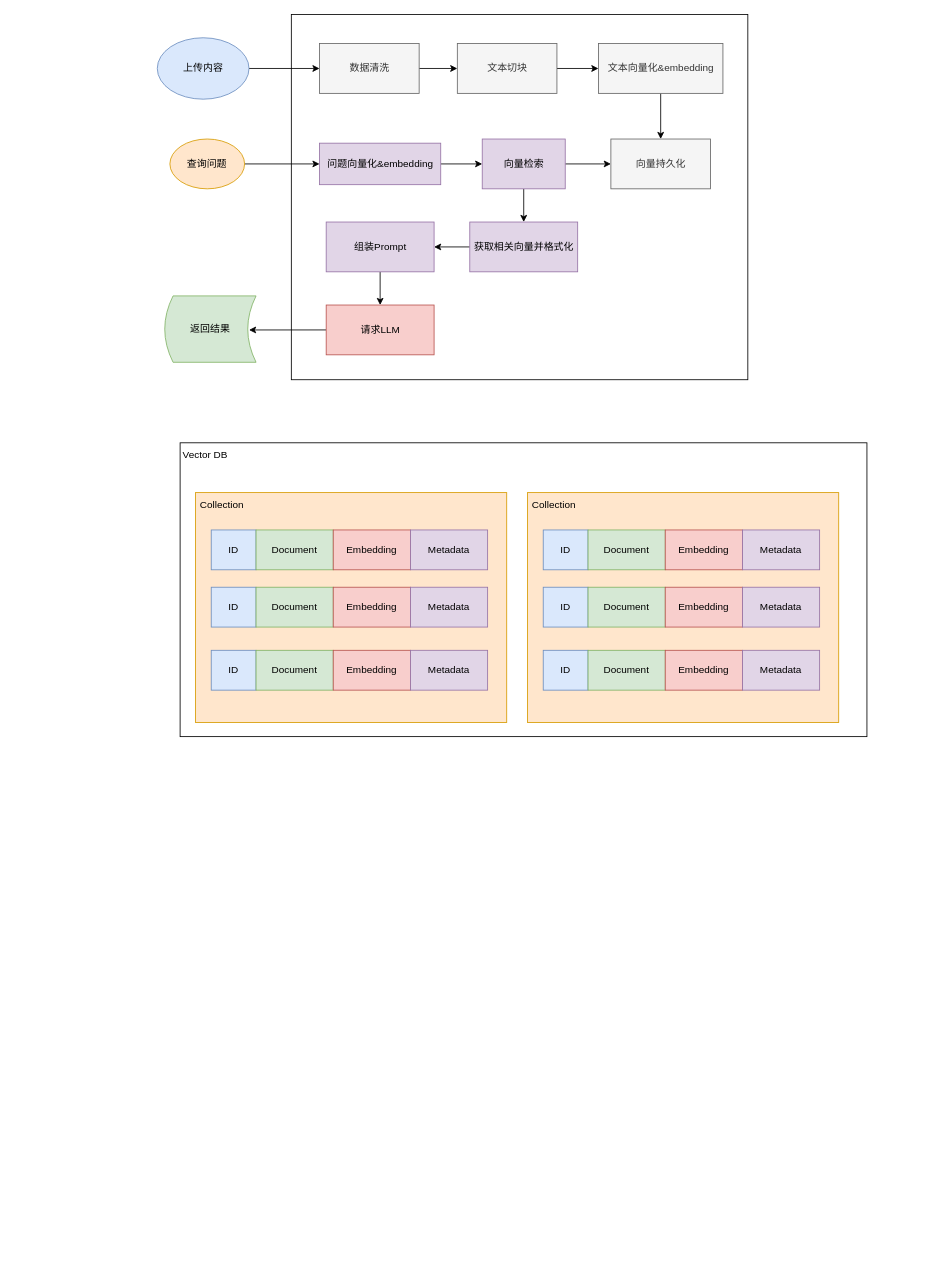
The draw.io diagram diagrams/问题分析助手.drawio in neoalvin/draw.io, before the edit. Source tidied: cells renumbered, new cells numbered last; positions are measured from the earlier drawing's top-left corner, leaving out a move shared by most shapes. Both pictures are drawn from the tidied source at 83%, with x=0, y=0 at pixel (157, 14).
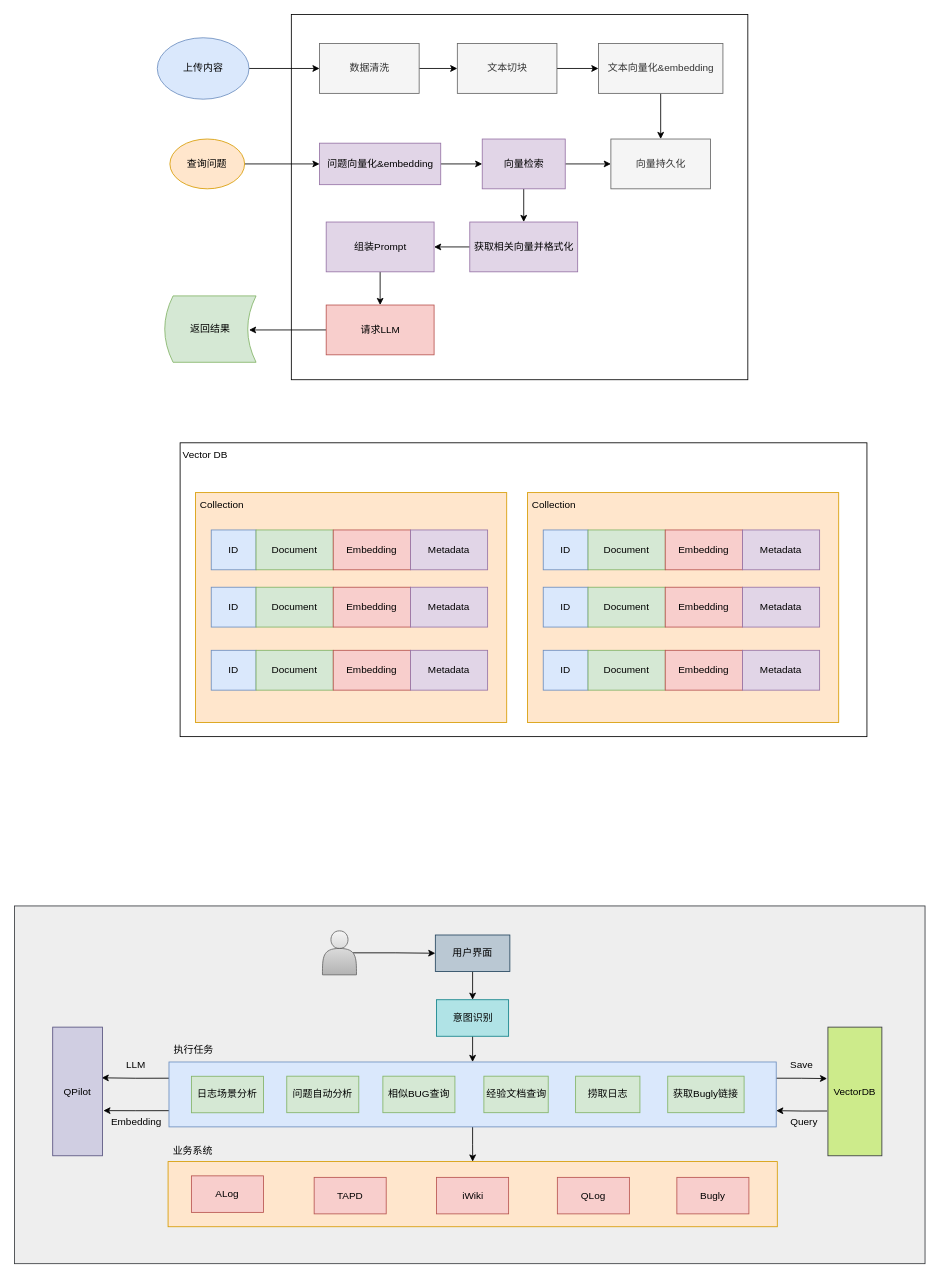
After the change.

Commit message:
更新问题分析助手.drawio

The edit, as a diff of the source:
```diff
@@
+    <mxCell id="56" style="rounded=0;whiteSpace=wrap;html=1;fillColor=#eeeeee;strokeColor=#36393d;" parent="1" vertex="1">
+      <mxGeometry x="-172" y="1074" width="1097" height="431" as="geometry" />
+    </mxCell>
+    <mxCell id="57" style="edgeStyle=orthogonalEdgeStyle;rounded=0;jettySize=auto;html=1;exitX=0.5;exitY=1;exitDx=0;exitDy=0;entryX=0.5;entryY=0;entryDx=0;entryDy=0;" parent="1" edge="1" source="61" target="73">
+      <mxGeometry relative="1" as="geometry" />
+    </mxCell>
+    <mxCell id="58" style="edgeStyle=orthogonalEdgeStyle;rounded=0;jettySize=auto;html=1;exitX=0;exitY=0.75;exitDx=0;exitDy=0;entryX=1.017;entryY=0.649;entryDx=0;entryDy=0;entryPerimeter=0;" parent="1" edge="1" source="61" target="80">
+      <mxGeometry relative="1" as="geometry" />
+    </mxCell>
+    <mxCell id="59" style="edgeStyle=orthogonalEdgeStyle;rounded=0;jettySize=auto;html=1;exitX=0;exitY=0.25;exitDx=0;exitDy=0;entryX=0.983;entryY=0.394;entryDx=0;entryDy=0;entryPerimeter=0;" parent="1" edge="1" source="61" target="80">
+      <mxGeometry relative="1" as="geometry" />
+    </mxCell>
+    <mxCell id="60" style="edgeStyle=orthogonalEdgeStyle;rounded=0;jettySize=auto;html=1;exitX=1;exitY=0.25;exitDx=0;exitDy=0;" parent="1" edge="1" source="61">
+      <mxGeometry relative="1" as="geometry">
+        <mxPoint x="807" y="1282" as="targetPoint" />
+      </mxGeometry>
+    </mxCell>
+    <mxCell id="61" style="rounded=0;whiteSpace=wrap;html=1;fillColor=#dae8fc;strokeColor=#6c8ebf;" parent="1" vertex="1">
+      <mxGeometry x="14.1" y="1262" width="731.6" height="78.2" as="geometry" />
+    </mxCell>
@@
+    <mxCell id="62" style="edgeStyle=orthogonalEdgeStyle;rounded=0;jettySize=auto;html=1;exitX=0.5;exitY=1;exitDx=0;exitDy=0;entryX=0.5;entryY=0;entryDx=0;entryDy=0;" parent="1" edge="1" source="63" target="67">
+      <mxGeometry relative="1" as="geometry" />
+    </mxCell>
+    <mxCell id="63" value="用户界面" style="rounded=0;whiteSpace=wrap;html=1;fillColor=#bac8d3;strokeColor=#23445d;" parent="1" vertex="1">
+      <mxGeometry x="335" y="1109" width="89.8" height="44" as="geometry" />
+    </mxCell>
+    <mxCell id="64" style="edgeStyle=orthogonalEdgeStyle;rounded=0;jettySize=auto;html=1;exitX=0.9;exitY=0.5;exitDx=0;exitDy=0;exitPerimeter=0;entryX=0;entryY=0.5;entryDx=0;entryDy=0;" parent="1" edge="1" source="65" target="63">
+      <mxGeometry relative="1" as="geometry" />
+    </mxCell>
+    <mxCell id="65" style="shape=actor;whiteSpace=wrap;html=1;fillColor=#f5f5f5;gradientColor=#b3b3b3;strokeColor=#666666;" parent="1" vertex="1">
+      <mxGeometry x="199" y="1104" width="41" height="53" as="geometry" />
+    </mxCell>
+    <mxCell id="66" style="edgeStyle=orthogonalEdgeStyle;rounded=0;jettySize=auto;html=1;exitX=0.5;exitY=1;exitDx=0;exitDy=0;entryX=0.5;entryY=0;entryDx=0;entryDy=0;" parent="1" edge="1" source="67" target="61">
+      <mxGeometry relative="1" as="geometry" />
+    </mxCell>
+    <mxCell id="67" value="意图识别" style="rounded=0;whiteSpace=wrap;html=1;fillColor=#b0e3e6;strokeColor=#0e8088;" parent="1" vertex="1">
+      <mxGeometry x="336.5" y="1187" width="86.8" height="44" as="geometry" />
+    </mxCell>
+    <mxCell id="68" value="日志场景分析" style="rounded=0;whiteSpace=wrap;html=1;fillColor=#d5e8d4;strokeColor=#82b366;" parent="1" vertex="1">
+      <mxGeometry x="41.1" y="1279.2" width="86.8" height="44" as="geometry" />
+    </mxCell>
+    <mxCell id="69" value="问题自动分析" style="rounded=0;whiteSpace=wrap;html=1;fillColor=#d5e8d4;strokeColor=#82b366;" parent="1" vertex="1">
+      <mxGeometry x="156" y="1279.1" width="86.8" height="44" as="geometry" />
+    </mxCell>
+    <mxCell id="70" value="相似BUG查询" style="rounded=0;whiteSpace=wrap;html=1;fillColor=#d5e8d4;strokeColor=#82b366;" parent="1" vertex="1">
+      <mxGeometry x="271.8" y="1279.1" width="86.8" height="44" as="geometry" />
+    </mxCell>
+    <mxCell id="71" value="捞取日志" style="rounded=0;whiteSpace=wrap;html=1;fillColor=#d5e8d4;strokeColor=#82b366;" parent="1" vertex="1">
+      <mxGeometry x="504" y="1279.1" width="77.5" height="44" as="geometry" />
+    </mxCell>
+    <mxCell id="72" value="获取Bugly链接" style="rounded=0;whiteSpace=wrap;html=1;fillColor=#d5e8d4;strokeColor=#82b366;" parent="1" vertex="1">
+      <mxGeometry x="615" y="1279.1" width="92" height="44" as="geometry" />
+    </mxCell>
+    <mxCell id="73" style="rounded=0;whiteSpace=wrap;html=1;fillColor=#ffe6cc;strokeColor=#d79b00;" parent="1" vertex="1">
+      <mxGeometry x="13" y="1382" width="734" height="78.5" as="geometry" />
+    </mxCell>
+    <mxCell id="74" value="TAPD" style="rounded=0;whiteSpace=wrap;html=1;fillColor=#f8cecc;strokeColor=#b85450;" parent="1" vertex="1">
+      <mxGeometry x="189" y="1401" width="86.8" height="44" as="geometry" />
+    </mxCell>
+    <mxCell id="75" value="iWiki" style="rounded=0;whiteSpace=wrap;html=1;fillColor=#f8cecc;strokeColor=#b85450;" parent="1" vertex="1">
+      <mxGeometry x="336.5" y="1401" width="86.8" height="44" as="geometry" />
+    </mxCell>
+    <mxCell id="76" value="QLog" style="rounded=0;whiteSpace=wrap;html=1;fillColor=#f8cecc;strokeColor=#b85450;" parent="1" vertex="1">
+      <mxGeometry x="482" y="1401" width="86.8" height="44" as="geometry" />
+    </mxCell>
+    <mxCell id="77" value="经验文档查询" style="rounded=0;whiteSpace=wrap;html=1;fillColor=#d5e8d4;strokeColor=#82b366;" parent="1" vertex="1">
+      <mxGeometry x="393.5" y="1279.1" width="77.5" height="44" as="geometry" />
+    </mxCell>
+    <mxCell id="78" value="ALog" style="rounded=0;whiteSpace=wrap;html=1;fillColor=#f8cecc;strokeColor=#b85450;" parent="1" vertex="1">
+      <mxGeometry x="41.1" y="1399.2" width="86.8" height="44" as="geometry" />
+    </mxCell>
+    <mxCell id="79" value="Bugly" style="rounded=0;whiteSpace=wrap;html=1;fillColor=#f8cecc;strokeColor=#b85450;" parent="1" vertex="1">
+      <mxGeometry x="626" y="1401" width="86.8" height="44" as="geometry" />
+    </mxCell>
+    <mxCell id="80" value="QPilot" style="rounded=0;whiteSpace=wrap;html=1;fillColor=#d0cee2;strokeColor=#56517e;" parent="1" vertex="1">
+      <mxGeometry x="-126" y="1220" width="60" height="155" as="geometry" />
+    </mxCell>
+    <mxCell id="81" value="LLM" style="text;html=1;strokeColor=none;fillColor=none;align=center;verticalAlign=middle;whiteSpace=wrap;rounded=0;" parent="1" vertex="1">
+      <mxGeometry x="-44" y="1255" width="37" height="21" as="geometry" />
+    </mxCell>
+    <mxCell id="82" value="Embedding" style="text;html=1;strokeColor=none;fillColor=none;align=center;verticalAlign=middle;whiteSpace=wrap;rounded=0;" parent="1" vertex="1">
+      <mxGeometry x="-66.5" y="1323.2" width="82" height="21" as="geometry" />
+    </mxCell>
+    <mxCell id="83" style="edgeStyle=orthogonalEdgeStyle;rounded=0;jettySize=auto;html=1;exitX=-0.015;exitY=0.652;exitDx=0;exitDy=0;entryX=1;entryY=0.75;entryDx=0;entryDy=0;exitPerimeter=0;" parent="1" edge="1" source="84" target="61">
+      <mxGeometry relative="1" as="geometry" />
+    </mxCell>
+    <mxCell id="84" value="VectorDB" style="rounded=0;whiteSpace=wrap;html=1;fillColor=#cdeb8b;strokeColor=#36393d;" parent="1" vertex="1">
+      <mxGeometry x="808" y="1220" width="65" height="155" as="geometry" />
+    </mxCell>
+    <mxCell id="85" value="Save" style="text;html=1;strokeColor=none;fillColor=none;align=center;verticalAlign=middle;whiteSpace=wrap;rounded=0;" parent="1" vertex="1">
+      <mxGeometry x="758" y="1255" width="37" height="21" as="geometry" />
+    </mxCell>
+    <mxCell id="86" value="Query" style="text;html=1;strokeColor=none;fillColor=none;align=center;verticalAlign=middle;whiteSpace=wrap;rounded=0;" parent="1" vertex="1">
+      <mxGeometry x="761" y="1323.2" width="37" height="21" as="geometry" />
+    </mxCell>
+    <mxCell id="87" value="执行任务" style="text;html=1;strokeColor=none;fillColor=none;align=center;verticalAlign=middle;whiteSpace=wrap;rounded=0;" parent="1" vertex="1">
+      <mxGeometry x="14.1" y="1235" width="60" height="25" as="geometry" />
+    </mxCell>
+    <mxCell id="88" value="业务系统" style="text;html=1;strokeColor=none;fillColor=none;align=center;verticalAlign=middle;whiteSpace=wrap;rounded=0;" parent="1" vertex="1">
+      <mxGeometry x="13" y="1356" width="60" height="26.2" as="geometry" />
+    </mxCell>
```
